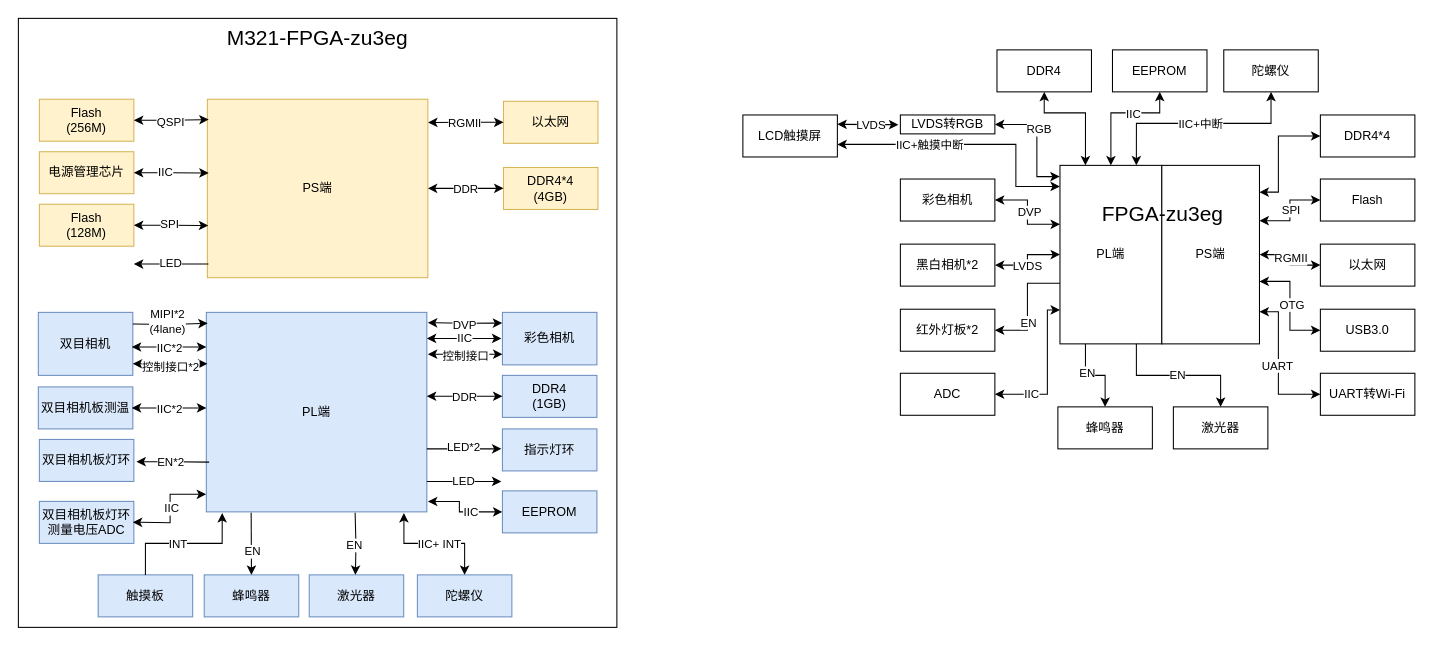
Before: page "ame-光学定位仪" (7 of 7) of 框图.drawio in hjh0920/flow_chart, a draw.io diagram. Source tidied: cells renumbered, new cells numbered last; positions are measured from the earlier drawing's top-left corner, leaving out a move shared by most shapes. Both pictures are drawn from the tidied source at 105%, with x=0, y=0 at pixel (18, 18).
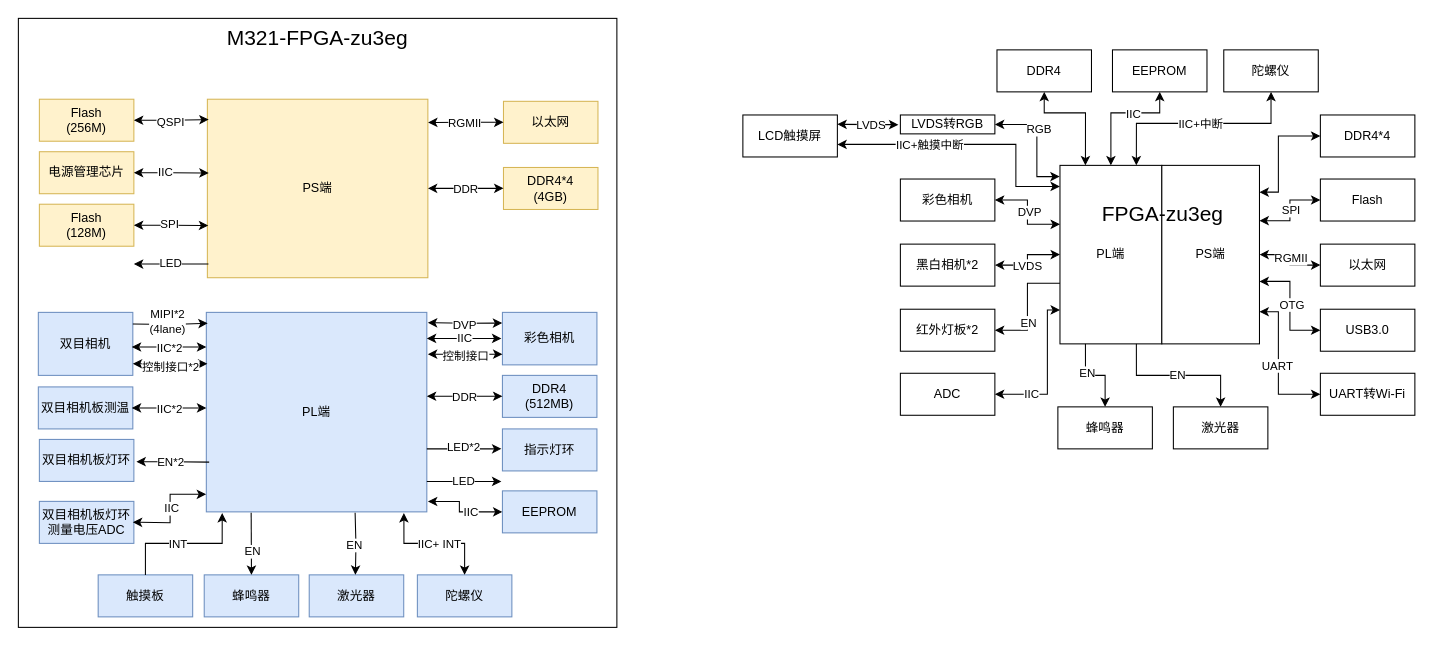
The same diagram, later.

Change to the diagram source:
```diff
@@
-    <mxCell id="80" value="DDR4&lt;div&gt;(1GB)&lt;/div&gt;" style="rounded=0;whiteSpace=wrap;html=1;fillColor=#dae8fc;strokeColor=#6c8ebf;" parent="1" vertex="1">
+    <mxCell id="80" value="DDR4&lt;div&gt;(512MB)&lt;/div&gt;" style="rounded=0;whiteSpace=wrap;html=1;fillColor=#dae8fc;strokeColor=#6c8ebf;" parent="1" vertex="1">
       <mxGeometry x="461" y="340" width="90" height="40" as="geometry" />
     </mxCell>
```
